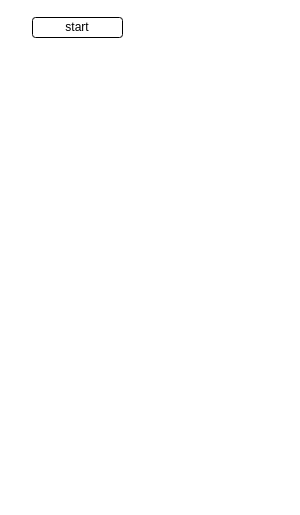
The draw.io diagram tower/setStockValuePenalty.drawio in sivagit/diagrams, before the edit. Source tidied: cells renumbered, new cells numbered last; positions are measured from the earlier drawing's top-left corner, leaving out a move shared by most shapes. Both pictures are drawn from the tidied source at 100%, with x=0, y=0 at pixel (32, 17).
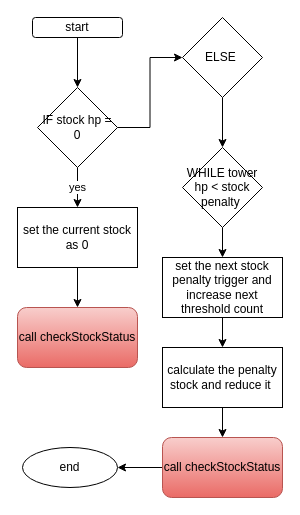
The same page after the edit.

Unchanged cells that the change refers to:
```xml
<mxCell id="2" value="start" style="rounded=1;whiteSpace=wrap;html=1;" parent="1" vertex="1">
  <mxGeometry width="90" height="20" as="geometry" />
</mxCell>
```

Change to the diagram source:
```diff
@@
+    <mxCell id="3" style="edgeStyle=orthogonalEdgeStyle;rounded=0;jettySize=auto;html=1;" parent="1" edge="1" source="2" target="6">
+      <mxGeometry relative="1" as="geometry" />
+    </mxCell>
@@
+    <mxCell id="4" value="yes" style="edgeStyle=orthogonalEdgeStyle;rounded=0;jettySize=auto;html=1;" parent="1" edge="1" source="6" target="8">
+      <mxGeometry relative="1" as="geometry" />
+    </mxCell>
+    <mxCell id="5" style="edgeStyle=orthogonalEdgeStyle;rounded=0;jettySize=auto;html=1;" parent="1" edge="1" source="6" target="11">
+      <mxGeometry relative="1" as="geometry" />
+    </mxCell>
+    <mxCell id="6" value="IF stock hp = 0" style="rhombus;whiteSpace=wrap;html=1;" parent="1" vertex="1">
+      <mxGeometry x="5" y="70" width="80" height="80" as="geometry" />
+    </mxCell>
+    <mxCell id="7" style="edgeStyle=orthogonalEdgeStyle;rounded=0;jettySize=auto;html=1;" parent="1" edge="1" source="8" target="9">
+      <mxGeometry relative="1" as="geometry" />
+    </mxCell>
+    <mxCell id="8" value="set the current stock as 0" style="whiteSpace=wrap;html=1;" parent="1" vertex="1">
+      <mxGeometry x="-15" y="190" width="120" height="60" as="geometry" />
+    </mxCell>
+    <mxCell id="9" value="call&amp;nbsp;checkStockStatus" style="rounded=1;whiteSpace=wrap;html=1;fillColor=#f8cecc;gradientColor=#ea6b66;strokeColor=#b85450;" parent="1" vertex="1">
+      <mxGeometry x="-15" y="290" width="120" height="60" as="geometry" />
+    </mxCell>
+    <mxCell id="10" style="edgeStyle=orthogonalEdgeStyle;rounded=0;jettySize=auto;html=1;" parent="1" edge="1" source="11" target="13">
+      <mxGeometry relative="1" as="geometry" />
+    </mxCell>
+    <mxCell id="11" value="ELSE&amp;nbsp;" style="rhombus;whiteSpace=wrap;html=1;" parent="1" vertex="1">
+      <mxGeometry x="150" width="80" height="80" as="geometry" />
+    </mxCell>
+    <mxCell id="12" style="edgeStyle=orthogonalEdgeStyle;rounded=0;jettySize=auto;html=1;" parent="1" edge="1" source="13" target="15">
+      <mxGeometry relative="1" as="geometry" />
+    </mxCell>
+    <mxCell id="13" value="WHILE tower hp &amp;lt; stock penalty&amp;nbsp;" style="rhombus;whiteSpace=wrap;html=1;" parent="1" vertex="1">
+      <mxGeometry x="150" y="130" width="80" height="80" as="geometry" />
+    </mxCell>
+    <mxCell id="14" style="edgeStyle=orthogonalEdgeStyle;rounded=0;jettySize=auto;html=1;" parent="1" edge="1" source="15" target="17">
+      <mxGeometry relative="1" as="geometry" />
+    </mxCell>
+    <mxCell id="15" value="set the next stock penalty trigger and increase next threshold count" style="whiteSpace=wrap;html=1;" parent="1" vertex="1">
+      <mxGeometry x="130" y="240" width="120" height="60" as="geometry" />
+    </mxCell>
+    <mxCell id="16" style="edgeStyle=orthogonalEdgeStyle;rounded=0;jettySize=auto;html=1;" parent="1" edge="1" source="17" target="19">
+      <mxGeometry relative="1" as="geometry" />
+    </mxCell>
+    <mxCell id="17" value="calculate the penalty stock and reduce it&amp;nbsp;" style="whiteSpace=wrap;html=1;" parent="1" vertex="1">
+      <mxGeometry x="130" y="330" width="120" height="60" as="geometry" />
+    </mxCell>
+    <mxCell id="18" style="edgeStyle=orthogonalEdgeStyle;rounded=0;jettySize=auto;html=1;" parent="1" edge="1" source="19" target="20">
+      <mxGeometry relative="1" as="geometry" />
+    </mxCell>
+    <mxCell id="19" value="call&amp;nbsp;checkStockStatus" style="rounded=1;whiteSpace=wrap;html=1;fillColor=#f8cecc;gradientColor=#ea6b66;strokeColor=#b85450;" parent="1" vertex="1">
+      <mxGeometry x="130" y="420" width="120" height="60" as="geometry" />
+    </mxCell>
+    <mxCell id="20" value="end" style="ellipse;whiteSpace=wrap;html=1;" parent="1" vertex="1">
+      <mxGeometry x="-10" y="430" width="95" height="40" as="geometry" />
+    </mxCell>
```
